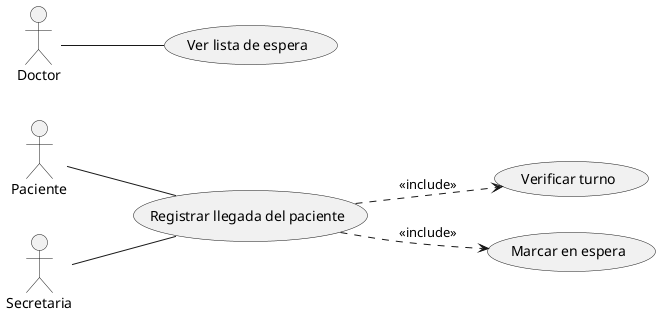
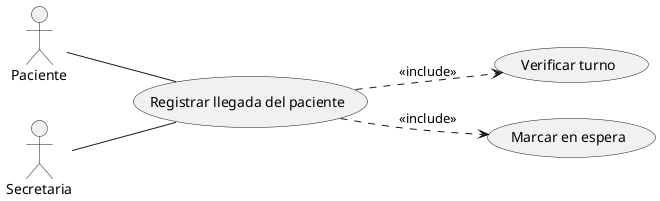
@startuml
left to right direction

actor Paciente
actor Secretaria
- actor Doctor

usecase "Registrar llegada del paciente" as UC1
usecase "Verificar turno" as UC2
usecase "Marcar en espera" as UC3
- usecase "Ver lista de espera" as UC4

Paciente -- UC1
Secretaria -- UC1
- Doctor -- UC4

UC1 ..> UC2 : <<include>>
UC1 ..> UC3 : <<include>>

@enduml